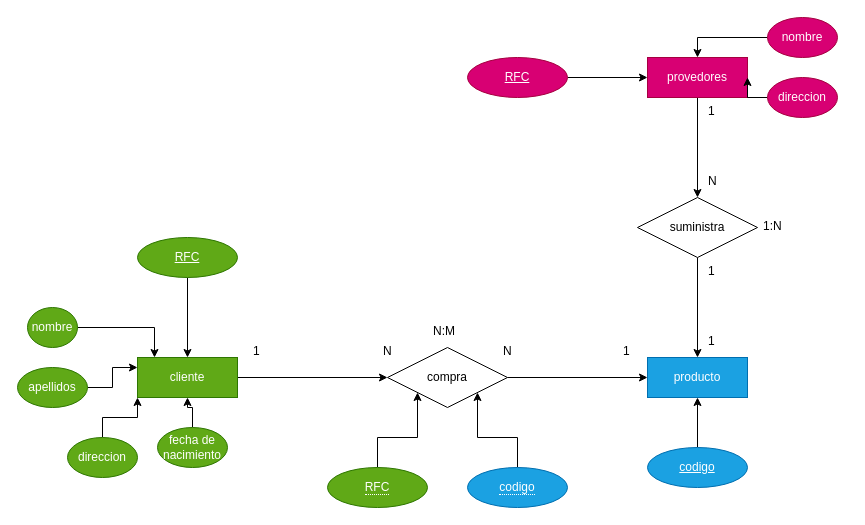
This is page "Página-1" (1 of 2) of Diagrama sin título.drawio from klirh/primerRepositorio, a draw.io file, before an edit. Source tidied: cells renumbered, new cells numbered last; positions are measured from the earlier drawing's top-left corner, leaving out a move shared by most shapes. Both pictures are drawn from the tidied source at 100%, with x=0, y=0 at pixel (17, 17).
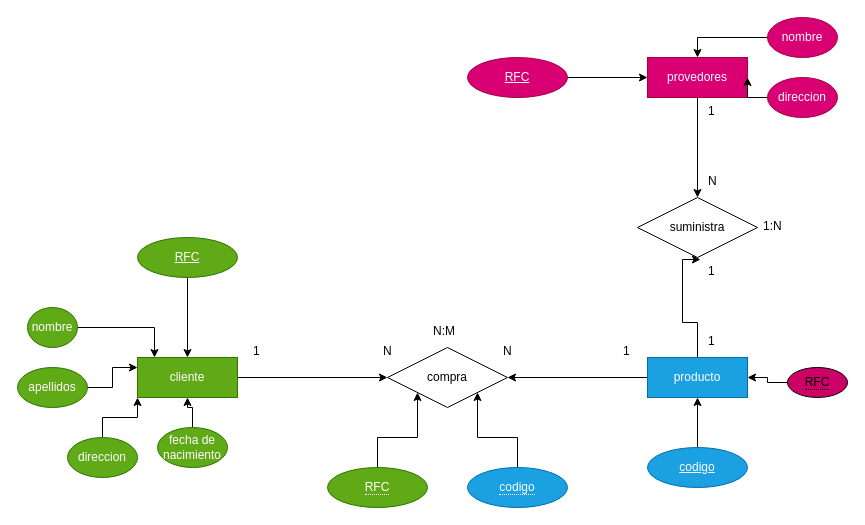
Above is the later version.

Unchanged cells that the change refers to:
```xml
<mxCell id="6" value="producto" style="whiteSpace=wrap;html=1;align=center;fillColor=#1ba1e2;fontColor=#ffffff;strokeColor=#006EAF;" parent="1" vertex="1">
  <mxGeometry x="630" y="340" width="100" height="40" as="geometry" />
</mxCell>
<mxCell id="8" value="suministra" style="shape=rhombus;perimeter=rhombusPerimeter;whiteSpace=wrap;html=1;align=center;" parent="1" vertex="1">
  <mxGeometry x="620" y="180" width="120" height="60" as="geometry" />
</mxCell>
<mxCell id="10" value="compra" style="shape=rhombus;perimeter=rhombusPerimeter;whiteSpace=wrap;html=1;align=center;" parent="1" vertex="1">
  <mxGeometry x="370" y="330" width="120" height="60" as="geometry" />
</mxCell>
<mxCell id="39" value="1" style="text;strokeColor=none;fillColor=none;spacingLeft=4;spacingRight=4;overflow=hidden;points=[[0,0.5],[1,0.5]];portConstraint=eastwest;fontSize=12;whiteSpace=wrap;html=1;" parent="1" vertex="1">
  <mxGeometry x="685" y="240" width="20" height="30" as="geometry" />
</mxCell>
```

Change to the diagram source:
```diff
@@
+    <mxCell id="43" style="edgeStyle=orthogonalEdgeStyle;rounded=0;jettySize=auto;html=1;entryX=1;entryY=0.5;entryDx=0;entryDy=0;" parent="1" edge="1" source="6" target="10">
+      <mxGeometry relative="1" as="geometry" />
+    </mxCell>
+    <mxCell id="44" style="edgeStyle=orthogonalEdgeStyle;rounded=0;jettySize=auto;html=1;entryX=-0.1;entryY=0.067;entryDx=0;entryDy=0;entryPerimeter=0;" parent="1" edge="1" source="6" target="39">
+      <mxGeometry relative="1" as="geometry" />
+    </mxCell>
@@
-    <mxCell id="7" style="edgeStyle=orthogonalEdgeStyle;rounded=0;jettySize=auto;html=1;entryX=0.5;entryY=0;entryDx=0;entryDy=0;" parent="1" edge="1" source="8" target="6">
-      <mxGeometry relative="1" as="geometry" />
-    </mxCell>
@@
-    <mxCell id="9" style="edgeStyle=orthogonalEdgeStyle;rounded=0;jettySize=auto;html=1;entryX=0;entryY=0.5;entryDx=0;entryDy=0;" parent="1" edge="1" source="10" target="6">
-      <mxGeometry relative="1" as="geometry" />
-    </mxCell>
@@
+    <mxCell id="45" style="edgeStyle=orthogonalEdgeStyle;rounded=0;jettySize=auto;html=1;entryX=1;entryY=0.5;entryDx=0;entryDy=0;" parent="1" edge="1" source="46" target="6">
+      <mxGeometry relative="1" as="geometry" />
+    </mxCell>
+    <mxCell id="46" value="&lt;span style=&quot;border-bottom: 1px dotted&quot;&gt;RFC&lt;/span&gt;" style="ellipse;whiteSpace=wrap;html=1;align=center;fillColor=#CC0066;" parent="1" vertex="1">
+      <mxGeometry x="770" y="350" width="60" height="30" as="geometry" />
+    </mxCell>
```
